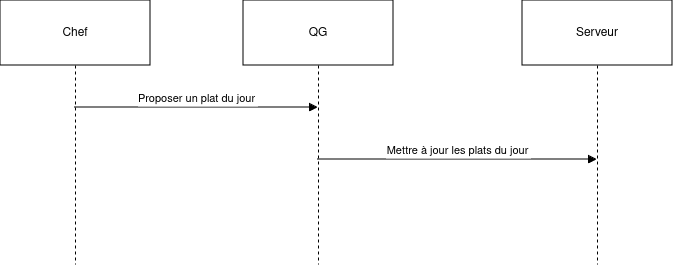
Earlier version of the draw.io export livrables/Projet 4 - diagramme de séquences - Ajout plat du jour.drawio.png (thomaschagneux/ExpressFood). Source tidied: cells renumbered, new cells last; positions are measured from the earlier drawing's top-left corner, leaving out a move shared by most shapes. The source it was exported from:
```xml
<mxGraphModel>
  <root>
    <mxCell id="0" />
    <mxCell id="1" parent="0" />
    <mxCell id="2" value="Chef" style="shape=umlLifeline;perimeter=lifelinePerimeter;whiteSpace=wrap;outlineConnect=0;portConstraint=eastwest;newEdgeStyle={&quot;edgeStyle&quot;:&quot;elbowEdgeStyle&quot;,&quot;elbow&quot;:&quot;vertical&quot;,&quot;curved&quot;:0,&quot;rounded&quot;:0};size=65;" parent="1" vertex="1">
      <mxGeometry width="150" height="264" as="geometry" />
    </mxCell>
    <mxCell id="3" value="QG" style="shape=umlLifeline;perimeter=lifelinePerimeter;whiteSpace=wrap;outlineConnect=0;portConstraint=eastwest;newEdgeStyle={&quot;edgeStyle&quot;:&quot;elbowEdgeStyle&quot;,&quot;elbow&quot;:&quot;vertical&quot;,&quot;curved&quot;:0,&quot;rounded&quot;:0};size=65;" parent="1" vertex="1">
      <mxGeometry x="243" width="150" height="264" as="geometry" />
    </mxCell>
    <mxCell id="4" value="Serveur" style="shape=umlLifeline;perimeter=lifelinePerimeter;whiteSpace=wrap;outlineConnect=0;portConstraint=eastwest;newEdgeStyle={&quot;edgeStyle&quot;:&quot;elbowEdgeStyle&quot;,&quot;elbow&quot;:&quot;vertical&quot;,&quot;curved&quot;:0,&quot;rounded&quot;:0};size=65;" parent="1" vertex="1">
      <mxGeometry x="522" width="150" height="264" as="geometry" />
    </mxCell>
    <mxCell id="5" value="Proposer un plat du jour" style="verticalAlign=bottom;endArrow=block;edgeStyle=elbowEdgeStyle;elbow=vertical;curved=0;rounded=0;" parent="1" edge="1" source="2" target="3">
      <mxGeometry relative="1" as="geometry">
        <Array as="points">
          <mxPoint x="207" y="107" />
        </Array>
      </mxGeometry>
    </mxCell>
    <mxCell id="6" value="Mettre à jour les plats du jour" style="verticalAlign=bottom;endArrow=block;edgeStyle=elbowEdgeStyle;elbow=vertical;curved=0;rounded=0;" parent="1" edge="1" source="3" target="4">
      <mxGeometry relative="1" as="geometry">
        <Array as="points">
          <mxPoint x="468" y="159" />
        </Array>
      </mxGeometry>
    </mxCell>
  </root>
</mxGraphModel>
```
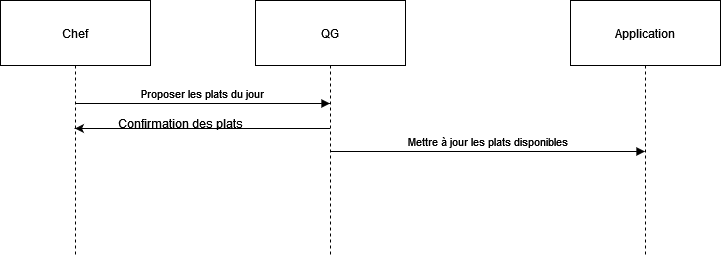
After the commit.

Diff of the diagram source:
```diff
@@ -3,27 +3,33 @@
     <mxCell id="0" />
     <mxCell id="1" parent="0" />
     <mxCell id="2" value="Chef" style="shape=umlLifeline;perimeter=lifelinePerimeter;whiteSpace=wrap;outlineConnect=0;portConstraint=eastwest;newEdgeStyle={&quot;edgeStyle&quot;:&quot;elbowEdgeStyle&quot;,&quot;elbow&quot;:&quot;vertical&quot;,&quot;curved&quot;:0,&quot;rounded&quot;:0};size=65;" parent="1" vertex="1">
-      <mxGeometry width="150" height="264" as="geometry" />
+      <mxGeometry width="150" height="256" as="geometry" />
     </mxCell>
     <mxCell id="3" value="QG" style="shape=umlLifeline;perimeter=lifelinePerimeter;whiteSpace=wrap;outlineConnect=0;portConstraint=eastwest;newEdgeStyle={&quot;edgeStyle&quot;:&quot;elbowEdgeStyle&quot;,&quot;elbow&quot;:&quot;vertical&quot;,&quot;curved&quot;:0,&quot;rounded&quot;:0};size=65;" parent="1" vertex="1">
-      <mxGeometry x="243" width="150" height="264" as="geometry" />
+      <mxGeometry x="255" width="150" height="256" as="geometry" />
     </mxCell>
-    <mxCell id="4" value="Serveur" style="shape=umlLifeline;perimeter=lifelinePerimeter;whiteSpace=wrap;outlineConnect=0;portConstraint=eastwest;newEdgeStyle={&quot;edgeStyle&quot;:&quot;elbowEdgeStyle&quot;,&quot;elbow&quot;:&quot;vertical&quot;,&quot;curved&quot;:0,&quot;rounded&quot;:0};size=65;" parent="1" vertex="1">
-      <mxGeometry x="522" width="150" height="264" as="geometry" />
-    </mxCell>
+    <mxCell id="7" value="Application" style="shape=umlLifeline;perimeter=lifelinePerimeter;whiteSpace=wrap;outlineConnect=0;portConstraint=eastwest;newEdgeStyle={&quot;edgeStyle&quot;:&quot;elbowEdgeStyle&quot;,&quot;elbow&quot;:&quot;vertical&quot;,&quot;curved&quot;:0,&quot;rounded&quot;:0};size=65;" parent="1" vertex="1">
+      <mxGeometry x="570" width="150" height="256" as="geometry" />
+    </mxCell>
-    <mxCell id="5" value="Proposer un plat du jour" style="verticalAlign=bottom;endArrow=block;edgeStyle=elbowEdgeStyle;elbow=vertical;curved=0;rounded=0;" parent="1" edge="1" source="2" target="3">
+    <mxCell id="5" value="Proposer les plats du jour" style="verticalAlign=bottom;endArrow=block;edgeStyle=elbowEdgeStyle;elbow=vertical;curved=0;rounded=0;" parent="1" edge="1" source="2" target="3">
       <mxGeometry relative="1" as="geometry">
         <Array as="points">
-          <mxPoint x="207" y="107" />
+          <mxPoint x="213" y="103" />
         </Array>
       </mxGeometry>
     </mxCell>
-    <mxCell id="6" value="Mettre à jour les plats du jour" style="verticalAlign=bottom;endArrow=block;edgeStyle=elbowEdgeStyle;elbow=vertical;curved=0;rounded=0;" parent="1" edge="1" source="3" target="4">
-      <mxGeometry relative="1" as="geometry">
-        <Array as="points">
-          <mxPoint x="468" y="159" />
-        </Array>
-      </mxGeometry>
-    </mxCell>
+    <mxCell id="8" value="Mettre à jour les plats disponibles" style="verticalAlign=bottom;endArrow=block;edgeStyle=elbowEdgeStyle;elbow=vertical;curved=0;rounded=0;" parent="1" edge="1" source="3" target="7">
+      <mxGeometry relative="1" as="geometry">
+        <Array as="points">
+          <mxPoint x="498" y="151" />
+        </Array>
+      </mxGeometry>
+    </mxCell>
+    <mxCell id="9" style="endArrow=classic;html=1;rounded=0;" parent="1" edge="1" source="3" target="2">
+      <mxGeometry relative="1" as="geometry" />
+    </mxCell>
+    <mxCell id="10" value="Confirmation des plats" style="text;html=1;align=center;verticalAlign=middle;strokeColor=none;fillColor=none;" parent="1" vertex="1">
+      <mxGeometry x="110" y="108" width="140" height="30" as="geometry" />
+    </mxCell>
   </root>
 </mxGraphModel>
```
